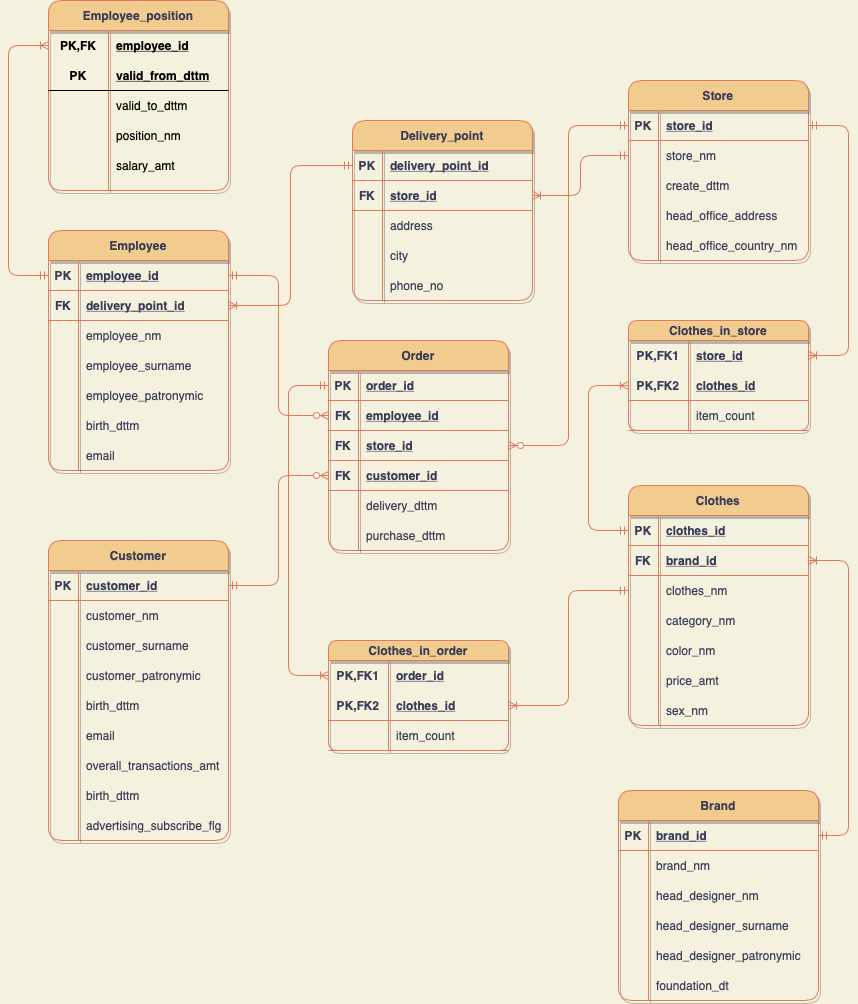
werticell/DatabaseProject keeps this draw.io diagram as images/LogicalModel.png. Above is the earlier version. Source tidied: cells renumbered, new cells last; positions are measured from the earlier drawing's top-left corner, leaving out a move shared by most shapes.
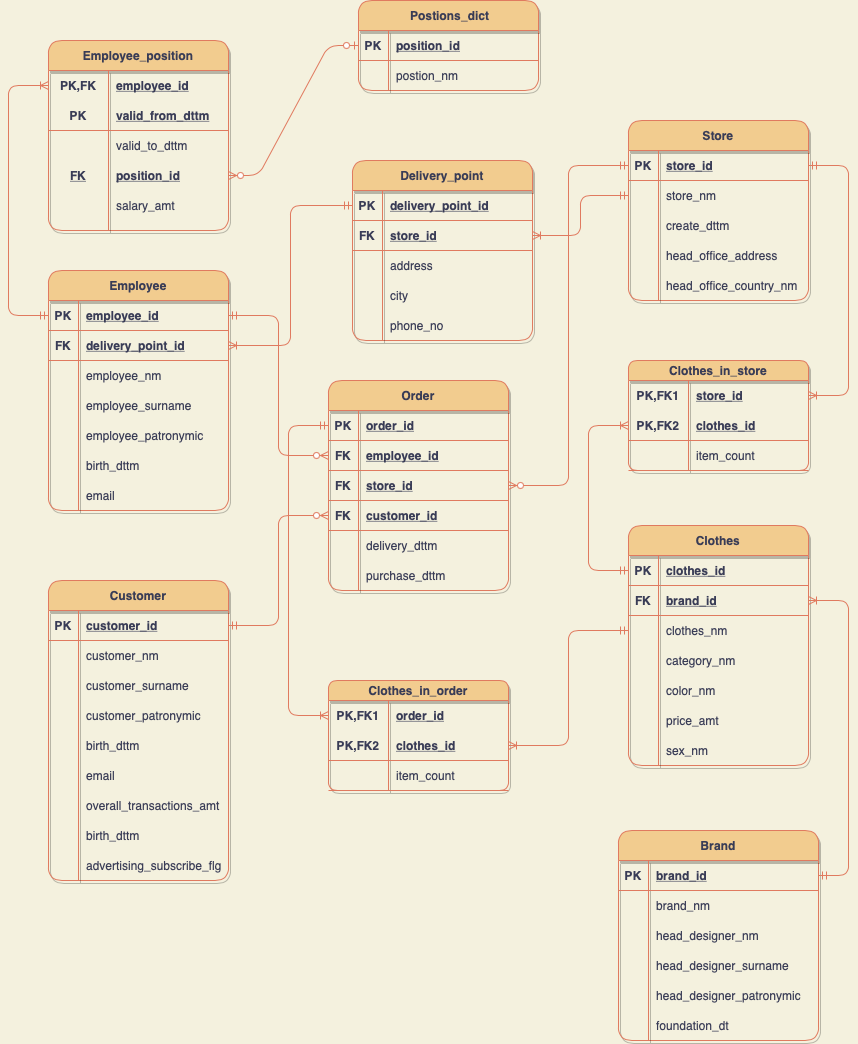
Later version of the same file.

What changed in the source:
```diff
@@ -488,16 +488,16 @@
     <mxCell id="163" value="foundation_dt" style="shape=partialRectangle;fillColor=none;top=0;left=0;bottom=0;right=0;align=left;spacingLeft=6;overflow=hidden;strokeColor=#E07A5F;fontColor=#393C56;rounded=1;" parent="161" vertex="1">
       <mxGeometry x="30" width="170" height="30" as="geometry" />
     </mxCell>
-    <mxCell id="164" style="edgeStyle=orthogonalEdgeStyle;fontSize=12;html=1;endArrow=ERzeroToMany;startArrow=ERmandOne;exitX=1;exitY=0.5;exitDx=0;exitDy=0;entryX=0;entryY=0.5;entryDx=0;entryDy=0;labelBackgroundColor=#F4F1DE;strokeColor=#E07A5F;fontColor=#393C56;" parent="1" edge="1" source="76" target="12">
+    <mxCell id="164" style="edgeStyle=orthogonalEdgeStyle;fontSize=12;html=1;endArrow=ERzeroToMany;startArrow=ERmandOne;exitX=1;exitY=0.5;exitDx=0;exitDy=0;entryX=0;entryY=0.5;entryDx=0;entryDy=0;strokeColor=#E07A5F;fontColor=#393C56;labelBackgroundColor=#F4F1DE;" parent="1" edge="1" source="76" target="12">
       <mxGeometry relative="1" as="geometry" />
     </mxCell>
-    <mxCell id="165" style="edgeStyle=orthogonalEdgeStyle;fontSize=12;html=1;endArrow=ERzeroToMany;startArrow=ERmandOne;entryX=0;entryY=0.5;entryDx=0;entryDy=0;exitX=1;exitY=0.5;exitDx=0;exitDy=0;labelBackgroundColor=#F4F1DE;strokeColor=#E07A5F;fontColor=#393C56;" parent="1" edge="1" source="22" target="6">
+    <mxCell id="165" style="edgeStyle=orthogonalEdgeStyle;fontSize=12;html=1;endArrow=ERzeroToMany;startArrow=ERmandOne;entryX=0;entryY=0.5;entryDx=0;entryDy=0;exitX=1;exitY=0.5;exitDx=0;exitDy=0;strokeColor=#E07A5F;fontColor=#393C56;labelBackgroundColor=#F4F1DE;" parent="1" edge="1" source="22" target="6">
       <mxGeometry relative="1" as="geometry" />
     </mxCell>
-    <mxCell id="166" style="edgeStyle=orthogonalEdgeStyle;fontSize=12;html=1;endArrow=ERzeroToMany;startArrow=ERmandOne;entryX=1;entryY=0.5;entryDx=0;entryDy=0;exitX=0;exitY=0.5;exitDx=0;exitDy=0;labelBackgroundColor=#F4F1DE;strokeColor=#E07A5F;fontColor=#393C56;" parent="1" edge="1" source="60" target="9">
+    <mxCell id="166" style="edgeStyle=orthogonalEdgeStyle;fontSize=12;html=1;endArrow=ERzeroToMany;startArrow=ERmandOne;entryX=1;entryY=0.5;entryDx=0;entryDy=0;exitX=0;exitY=0.5;exitDx=0;exitDy=0;strokeColor=#E07A5F;fontColor=#393C56;labelBackgroundColor=#F4F1DE;" parent="1" edge="1" source="60" target="9">
       <mxGeometry relative="1" as="geometry" />
     </mxCell>
-    <mxCell id="167" style="fontSize=12;html=1;endArrow=ERoneToMany;startArrow=ERmandOne;exitX=0;exitY=0.5;exitDx=0;exitDy=0;entryX=0;entryY=0.5;entryDx=0;entryDy=0;edgeStyle=orthogonalEdgeStyle;labelBackgroundColor=#F4F1DE;strokeColor=#E07A5F;fontColor=#393C56;" parent="1" edge="1" source="3" target="136">
+    <mxCell id="167" style="fontSize=12;html=1;endArrow=ERoneToMany;startArrow=ERmandOne;exitX=0;exitY=0.5;exitDx=0;exitDy=0;entryX=0;entryY=0.5;entryDx=0;entryDy=0;edgeStyle=orthogonalEdgeStyle;strokeColor=#E07A5F;fontColor=#393C56;labelBackgroundColor=#F4F1DE;" parent="1" edge="1" source="3" target="136">
       <mxGeometry relative="1" as="geometry">
         <Array as="points">
           <mxPoint x="280" y="385" />
@@ -505,13 +505,13 @@
         </Array>
       </mxGeometry>
     </mxCell>
-    <mxCell id="168" style="fontSize=12;html=1;endArrow=ERoneToMany;startArrow=ERmandOne;exitX=0;exitY=0.5;exitDx=0;exitDy=0;entryX=1;entryY=0.5;entryDx=0;entryDy=0;labelBackgroundColor=#F4F1DE;strokeColor=#E07A5F;fontColor=#393C56;edgeStyle=orthogonalEdgeStyle;" parent="1" edge="1" source="63" target="47">
+    <mxCell id="168" style="fontSize=12;html=1;endArrow=ERoneToMany;startArrow=ERmandOne;exitX=0;exitY=0.5;exitDx=0;exitDy=0;entryX=1;entryY=0.5;entryDx=0;entryDy=0;strokeColor=#E07A5F;fontColor=#393C56;edgeStyle=orthogonalEdgeStyle;labelBackgroundColor=#F4F1DE;" parent="1" edge="1" source="63" target="47">
       <mxGeometry relative="1" as="geometry" />
     </mxCell>
-    <mxCell id="169" style="fontSize=12;html=1;endArrow=ERoneToMany;startArrow=ERmandOne;exitX=0;exitY=0.5;exitDx=0;exitDy=0;edgeStyle=orthogonalEdgeStyle;entryX=1;entryY=0.5;entryDx=0;entryDy=0;labelBackgroundColor=#F4F1DE;strokeColor=#E07A5F;fontColor=#393C56;" parent="1" edge="1" source="44" target="25">
+    <mxCell id="169" style="fontSize=12;html=1;endArrow=ERoneToMany;startArrow=ERmandOne;exitX=0;exitY=0.5;exitDx=0;exitDy=0;edgeStyle=orthogonalEdgeStyle;entryX=1;entryY=0.5;entryDx=0;entryDy=0;strokeColor=#E07A5F;fontColor=#393C56;labelBackgroundColor=#F4F1DE;" parent="1" edge="1" source="44" target="25">
       <mxGeometry relative="1" as="geometry" />
     </mxCell>
-    <mxCell id="170" style="fontSize=12;html=1;endArrow=ERoneToMany;startArrow=ERmandOne;exitX=1;exitY=0.5;exitDx=0;exitDy=0;entryX=1;entryY=0.5;entryDx=0;entryDy=0;edgeStyle=orthogonalEdgeStyle;labelBackgroundColor=#F4F1DE;strokeColor=#E07A5F;fontColor=#393C56;" parent="1" edge="1" source="60" target="126">
+    <mxCell id="170" style="fontSize=12;html=1;endArrow=ERoneToMany;startArrow=ERmandOne;exitX=1;exitY=0.5;exitDx=0;exitDy=0;entryX=1;entryY=0.5;entryDx=0;entryDy=0;edgeStyle=orthogonalEdgeStyle;strokeColor=#E07A5F;fontColor=#393C56;labelBackgroundColor=#F4F1DE;" parent="1" edge="1" source="60" target="126">
       <mxGeometry relative="1" as="geometry">
         <Array as="points">
           <mxPoint x="840" y="125" />
@@ -519,7 +519,7 @@
         </Array>
       </mxGeometry>
     </mxCell>
-    <mxCell id="171" style="fontSize=12;html=1;endArrow=ERoneToMany;startArrow=ERmandOne;exitX=0;exitY=0.5;exitDx=0;exitDy=0;entryX=0;entryY=0.5;entryDx=0;entryDy=0;edgeStyle=orthogonalEdgeStyle;labelBackgroundColor=#F4F1DE;strokeColor=#E07A5F;fontColor=#393C56;" parent="1" edge="1" source="104" target="129">
+    <mxCell id="171" style="fontSize=12;html=1;endArrow=ERoneToMany;startArrow=ERmandOne;exitX=0;exitY=0.5;exitDx=0;exitDy=0;entryX=0;entryY=0.5;entryDx=0;entryDy=0;edgeStyle=orthogonalEdgeStyle;strokeColor=#E07A5F;fontColor=#393C56;labelBackgroundColor=#F4F1DE;" parent="1" edge="1" source="104" target="129">
       <mxGeometry relative="1" as="geometry">
         <Array as="points">
           <mxPoint x="580" y="530" />
@@ -527,7 +527,7 @@
         </Array>
       </mxGeometry>
     </mxCell>
-    <mxCell id="172" style="fontSize=12;html=1;endArrow=ERoneToMany;startArrow=ERmandOne;edgeStyle=orthogonalEdgeStyle;entryX=1;entryY=0.5;entryDx=0;entryDy=0;labelBackgroundColor=#F4F1DE;strokeColor=#E07A5F;fontColor=#393C56;exitX=1;exitY=0.5;exitDx=0;exitDy=0;" parent="1" edge="1" source="146" target="107">
+    <mxCell id="172" style="fontSize=12;html=1;endArrow=ERoneToMany;startArrow=ERmandOne;edgeStyle=orthogonalEdgeStyle;entryX=1;entryY=0.5;entryDx=0;entryDy=0;strokeColor=#E07A5F;fontColor=#393C56;exitX=1;exitY=0.5;exitDx=0;exitDy=0;labelBackgroundColor=#F4F1DE;" parent="1" edge="1" source="146" target="107">
       <mxGeometry relative="1" as="geometry">
         <Array as="points">
           <mxPoint x="840" y="835" />
@@ -535,58 +535,58 @@
         </Array>
       </mxGeometry>
     </mxCell>
-    <mxCell id="173" style="fontSize=12;html=1;endArrow=ERoneToMany;startArrow=ERmandOne;exitX=0;exitY=0.5;exitDx=0;exitDy=0;entryX=1;entryY=0.5;entryDx=0;entryDy=0;edgeStyle=orthogonalEdgeStyle;labelBackgroundColor=#F4F1DE;strokeColor=#E07A5F;fontColor=#393C56;" parent="1" edge="1" source="110" target="139">
+    <mxCell id="173" style="fontSize=12;html=1;endArrow=ERoneToMany;startArrow=ERmandOne;exitX=0;exitY=0.5;exitDx=0;exitDy=0;entryX=1;entryY=0.5;entryDx=0;entryDy=0;edgeStyle=orthogonalEdgeStyle;strokeColor=#E07A5F;fontColor=#393C56;labelBackgroundColor=#F4F1DE;" parent="1" edge="1" source="110" target="139">
       <mxGeometry relative="1" as="geometry" />
     </mxCell>
     <mxCell id="174" value="Employee_position" style="shape=table;startSize=30;rowLines=0;fontStyle=1;align=center;rounded=1;shadow=1;sketch=0;strokeColor=#E07A5F;fillColor=#F2CC8F;fontColor=#393C56;" parent="1" vertex="1">
       <mxGeometry x="40" width="180" height="190" as="geometry" />
     </mxCell>
-    <mxCell id="175" style="shape=partialRectangle;fillColor=none;top=0;left=0;bottom=0;right=0;points=[[0,0.5],[1,0.5]];portConstraint=eastwest;" parent="174" vertex="1">
+    <mxCell id="175" style="shape=partialRectangle;fillColor=none;top=0;left=0;bottom=0;right=0;points=[[0,0.5],[1,0.5]];portConstraint=eastwest;strokeColor=#E07A5F;fontColor=#393C56;" parent="174" vertex="1">
       <mxGeometry y="30" width="180" height="30" as="geometry" />
     </mxCell>
-    <mxCell id="176" value="PK,FK" style="shape=partialRectangle;fillColor=none;top=0;left=0;bottom=0;right=0;fontStyle=1;overflow=hidden;" parent="175" vertex="1">
+    <mxCell id="176" value="PK,FK" style="shape=partialRectangle;fillColor=none;top=0;left=0;bottom=0;right=0;fontStyle=1;overflow=hidden;strokeColor=#E07A5F;fontColor=#393C56;" parent="175" vertex="1">
       <mxGeometry width="60" height="30" as="geometry" />
     </mxCell>
-    <mxCell id="177" value="employee_id" style="shape=partialRectangle;fillColor=none;top=0;left=0;bottom=0;right=0;align=left;spacingLeft=6;fontStyle=5;overflow=hidden;" parent="175" vertex="1">
+    <mxCell id="177" value="employee_id" style="shape=partialRectangle;fillColor=none;top=0;left=0;bottom=0;right=0;align=left;spacingLeft=6;fontStyle=5;overflow=hidden;strokeColor=#E07A5F;fontColor=#393C56;" parent="175" vertex="1">
       <mxGeometry x="60" width="120" height="30" as="geometry" />
     </mxCell>
-    <mxCell id="178" style="shape=partialRectangle;fillColor=none;top=0;left=0;bottom=1;right=0;" parent="174" vertex="1">
+    <mxCell id="178" style="shape=partialRectangle;fillColor=none;top=0;left=0;bottom=1;right=0;strokeColor=#E07A5F;fontColor=#393C56;" parent="174" vertex="1">
       <mxGeometry y="60" width="180" height="30" as="geometry" />
     </mxCell>
-    <mxCell id="179" value="PK" style="shape=partialRectangle;fillColor=none;top=0;left=0;bottom=0;right=0;fontStyle=1;overflow=hidden;" parent="178" vertex="1">
+    <mxCell id="179" value="PK" style="shape=partialRectangle;fillColor=none;top=0;left=0;bottom=0;right=0;fontStyle=1;overflow=hidden;strokeColor=#E07A5F;fontColor=#393C56;" parent="178" vertex="1">
       <mxGeometry width="60" height="30" as="geometry" />
     </mxCell>
-    <mxCell id="180" value="valid_from_dttm" style="shape=partialRectangle;fillColor=none;top=0;left=0;bottom=0;right=0;align=left;spacingLeft=6;fontStyle=5;overflow=hidden;" parent="178" vertex="1">
+    <mxCell id="180" value="valid_from_dttm" style="shape=partialRectangle;fillColor=none;top=0;left=0;bottom=0;right=0;align=left;spacingLeft=6;fontStyle=5;overflow=hidden;strokeColor=#E07A5F;fontColor=#393C56;" parent="178" vertex="1">
       <mxGeometry x="60" width="120" height="30" as="geometry" />
     </mxCell>
-    <mxCell id="181" style="shape=partialRectangle;fillColor=none;top=0;left=0;bottom=0;right=0;" parent="174" vertex="1">
+    <mxCell id="181" style="shape=partialRectangle;fillColor=none;top=0;left=0;bottom=0;right=0;strokeColor=#E07A5F;fontColor=#393C56;" parent="174" vertex="1">
       <mxGeometry y="90" width="180" height="30" as="geometry" />
     </mxCell>
-    <mxCell id="182" style="shape=partialRectangle;fillColor=none;top=0;left=0;bottom=0;right=0;overflow=hidden;" parent="181" vertex="1">
+    <mxCell id="182" style="shape=partialRectangle;fillColor=none;top=0;left=0;bottom=0;right=0;overflow=hidden;strokeColor=#E07A5F;fontColor=#393C56;" parent="181" vertex="1">
       <mxGeometry width="60" height="30" as="geometry" />
     </mxCell>
-    <mxCell id="183" value="valid_to_dttm" style="shape=partialRectangle;fillColor=none;top=0;left=0;bottom=0;right=0;align=left;spacingLeft=6;overflow=hidden;" parent="181" vertex="1">
+    <mxCell id="183" value="valid_to_dttm" style="shape=partialRectangle;fillColor=none;top=0;left=0;bottom=0;right=0;align=left;spacingLeft=6;overflow=hidden;strokeColor=#E07A5F;fontColor=#393C56;" parent="181" vertex="1">
       <mxGeometry x="60" width="120" height="30" as="geometry" />
     </mxCell>
-    <mxCell id="184" style="shape=partialRectangle;fillColor=none;top=0;left=0;bottom=0;right=0;points=[[0,0.5],[1,0.5]];portConstraint=eastwest;" parent="174" vertex="1">
+    <mxCell id="184" style="shape=partialRectangle;fillColor=none;top=0;left=0;bottom=0;right=0;points=[[0,0.5],[1,0.5]];portConstraint=eastwest;strokeColor=#E07A5F;fontColor=#393C56;" parent="174" vertex="1">
       <mxGeometry y="120" width="180" height="30" as="geometry" />
     </mxCell>
-    <mxCell id="185" style="shape=partialRectangle;fillColor=none;top=0;left=0;bottom=0;right=0;overflow=hidden;" parent="184" vertex="1">
+    <mxCell id="185" value="FK" style="shape=partialRectangle;fillColor=none;top=0;left=0;bottom=0;right=0;overflow=hidden;fontStyle=5;strokeColor=#E07A5F;fontColor=#393C56;" parent="184" vertex="1">
       <mxGeometry width="60" height="30" as="geometry" />
     </mxCell>
-    <mxCell id="186" value="position_nm" style="shape=partialRectangle;fillColor=none;top=0;left=0;bottom=0;right=0;align=left;spacingLeft=6;overflow=hidden;" parent="184" vertex="1">
+    <mxCell id="186" value="position_id" style="shape=partialRectangle;fillColor=none;top=0;left=0;bottom=0;right=0;align=left;spacingLeft=6;overflow=hidden;fontStyle=5;strokeColor=#E07A5F;fontColor=#393C56;" parent="184" vertex="1">
       <mxGeometry x="60" width="120" height="30" as="geometry" />
     </mxCell>
-    <mxCell id="187" style="shape=partialRectangle;fillColor=none;top=0;left=0;bottom=0;right=0;" parent="174" vertex="1">
+    <mxCell id="187" style="shape=partialRectangle;fillColor=none;top=0;left=0;bottom=0;right=0;strokeColor=#E07A5F;fontColor=#393C56;" parent="174" vertex="1">
       <mxGeometry y="150" width="180" height="30" as="geometry" />
     </mxCell>
-    <mxCell id="188" style="shape=partialRectangle;fillColor=none;top=0;left=0;bottom=0;right=0;overflow=hidden;" parent="187" vertex="1">
+    <mxCell id="188" style="shape=partialRectangle;fillColor=none;top=0;left=0;bottom=0;right=0;overflow=hidden;strokeColor=#E07A5F;fontColor=#393C56;" parent="187" vertex="1">
       <mxGeometry width="60" height="30" as="geometry" />
     </mxCell>
-    <mxCell id="189" value="salary_amt" style="shape=partialRectangle;fillColor=none;top=0;left=0;bottom=0;right=0;align=left;spacingLeft=6;overflow=hidden;" parent="187" vertex="1">
+    <mxCell id="189" value="salary_amt" style="shape=partialRectangle;fillColor=none;top=0;left=0;bottom=0;right=0;align=left;spacingLeft=6;overflow=hidden;strokeColor=#E07A5F;fontColor=#393C56;" parent="187" vertex="1">
       <mxGeometry x="60" width="120" height="30" as="geometry" />
     </mxCell>
-    <mxCell id="190" style="fontSize=12;html=1;endArrow=ERoneToMany;startArrow=ERmandOne;strokeColor=#E07A5F;fillColor=#F2CC8F;exitX=0;exitY=0.5;exitDx=0;exitDy=0;entryX=0;entryY=0.5;entryDx=0;entryDy=0;edgeStyle=orthogonalEdgeStyle;" parent="1" edge="1" source="22" target="175">
+    <mxCell id="190" style="fontSize=12;html=1;endArrow=ERoneToMany;startArrow=ERmandOne;strokeColor=#E07A5F;fillColor=#F2CC8F;exitX=0;exitY=0.5;exitDx=0;exitDy=0;entryX=0;entryY=0.5;entryDx=0;entryDy=0;edgeStyle=orthogonalEdgeStyle;labelBackgroundColor=#F4F1DE;fontColor=#393C56;" parent="1" edge="1" source="22" target="175">
       <mxGeometry relative="1" as="geometry">
         <Array as="points">
           <mxPoint y="275" />
@@ -594,5 +594,29 @@
         </Array>
       </mxGeometry>
     </mxCell>
+    <mxCell id="191" value=" Postions_dict" style="shape=table;startSize=30;rowLines=0;fontStyle=1;align=center;fillColor=#F2CC8F;strokeColor=#E07A5F;fontColor=#393C56;rounded=1;shadow=1;" parent="1" vertex="1">
+      <mxGeometry x="350" y="-40" width="180" height="90" as="geometry" />
+    </mxCell>
+    <mxCell id="192" style="shape=partialRectangle;fillColor=none;top=0;left=0;bottom=1;right=0;points=[[0,0.5],[1,0.5]];portConstraint=eastwest;strokeColor=#E07A5F;fontColor=#393C56;rounded=1;" parent="191" vertex="1">
+      <mxGeometry y="30" width="180" height="30" as="geometry" />
+    </mxCell>
+    <mxCell id="193" value="PK" style="shape=partialRectangle;fillColor=none;top=0;left=0;bottom=0;right=0;fontStyle=1;overflow=hidden;strokeColor=#E07A5F;fontColor=#393C56;rounded=1;" parent="192" vertex="1">
+      <mxGeometry width="30" height="30" as="geometry" />
+    </mxCell>
+    <mxCell id="194" value="position_id" style="shape=partialRectangle;fillColor=none;top=0;left=0;bottom=0;right=0;align=left;spacingLeft=6;fontStyle=5;overflow=hidden;strokeColor=#E07A5F;fontColor=#393C56;rounded=1;" parent="192" vertex="1">
+      <mxGeometry x="30" width="150" height="30" as="geometry" />
+    </mxCell>
+    <mxCell id="195" style="shape=partialRectangle;fillColor=none;top=0;left=0;bottom=0;right=0;strokeColor=#E07A5F;fontColor=#393C56;rounded=1;" parent="191" vertex="1">
+      <mxGeometry y="60" width="180" height="30" as="geometry" />
+    </mxCell>
+    <mxCell id="196" style="shape=partialRectangle;fillColor=none;top=0;left=0;bottom=0;right=0;overflow=hidden;strokeColor=#E07A5F;fontColor=#393C56;rounded=1;" parent="195" vertex="1">
+      <mxGeometry width="30" height="30" as="geometry" />
+    </mxCell>
+    <mxCell id="197" value="postion_nm" style="shape=partialRectangle;fillColor=none;top=0;left=0;bottom=0;right=0;align=left;spacingLeft=6;overflow=hidden;strokeColor=#E07A5F;fontColor=#393C56;rounded=1;" parent="195" vertex="1">
+      <mxGeometry x="30" width="150" height="30" as="geometry" />
+    </mxCell>
+    <mxCell id="198" style="edgeStyle=entityRelationEdgeStyle;fontSize=12;html=1;endArrow=ERzeroToMany;startArrow=ERzeroToOne;exitX=0;exitY=0.5;exitDx=0;exitDy=0;entryX=1;entryY=0.5;entryDx=0;entryDy=0;labelBackgroundColor=#F4F1DE;strokeColor=#E07A5F;fontColor=#393C56;" parent="1" edge="1" source="192" target="184">
+      <mxGeometry relative="1" as="geometry" />
+    </mxCell>
   </root>
 </mxGraphModel>
```
